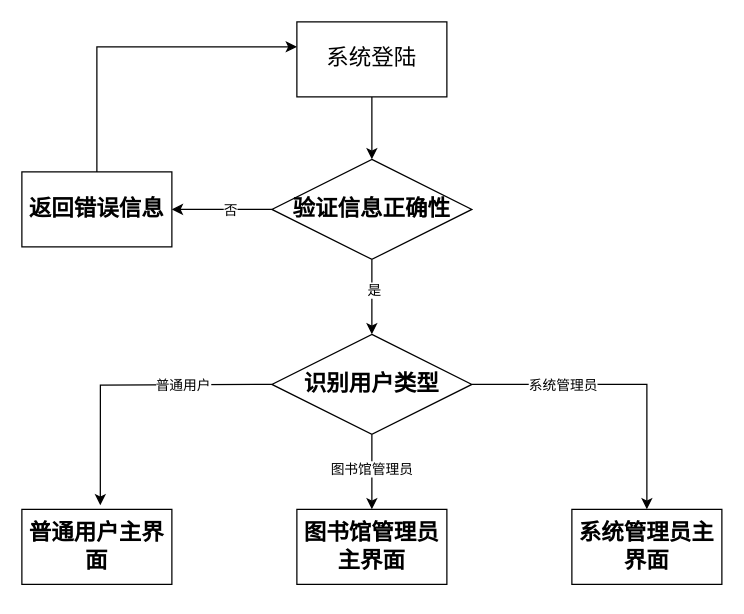
Before: Drawio/系统登陆流程图.drawio in Buzz2G/Diagrams, a draw.io diagram. Source tidied: cells renumbered, new cells numbered last; positions are measured from the earlier drawing's top-left corner, leaving out a move shared by most shapes. Both pictures are drawn from the tidied source at 125%, with x=0, y=0 at pixel (21, 21).
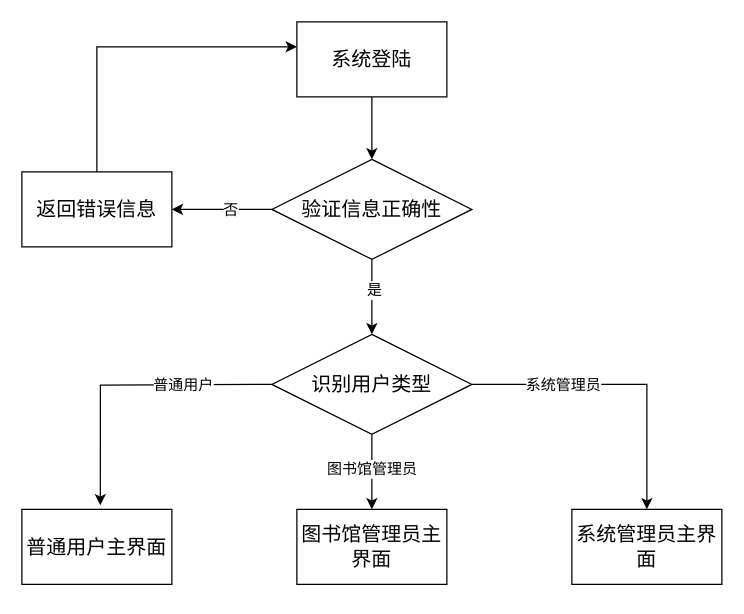
The same diagram, later.

Change to the diagram source:
```diff
@@
-    <mxCell id="2" style="edgeStyle=orthogonalEdgeStyle;rounded=0;jettySize=auto;html=1;fontStyle=0;" parent="1" edge="1" source="3" target="9">
+    <mxCell id="2" style="edgeStyle=orthogonalEdgeStyle;rounded=0;jettySize=auto;html=1;fontSize=14;fontFamily=Times New Roman;" parent="1" edge="1" source="3" target="9">
       <mxGeometry relative="1" as="geometry" />
     </mxCell>
-    <mxCell id="3" value="&lt;pre style=&quot;font-size: 18px;&quot;&gt;系统登陆&lt;/pre&gt;" style="rounded=0;whiteSpace=wrap;html=1;fontFamily=Times New Roman;fontSize=18;fontStyle=0;" parent="1" vertex="1">
+    <mxCell id="3" value="系统登陆" style="rounded=0;whiteSpace=wrap;html=1;fontSize=16;fontFamily=Times New Roman;" parent="1" vertex="1">
       <mxGeometry x="220" width="120" height="60" as="geometry" />
     </mxCell>
-    <mxCell id="4" value="&lt;h2 style=&quot;font-size: 18px;&quot;&gt;返回错误信息&lt;/h2&gt;" style="rounded=0;whiteSpace=wrap;html=1;fontFamily=Times New Roman;fontSize=18;fontStyle=0;" parent="1" vertex="1">
+    <mxCell id="4" value="返回错误信息" style="rounded=0;whiteSpace=wrap;html=1;fontSize=16;fontFamily=Times New Roman;" parent="1" vertex="1">
       <mxGeometry y="120" width="120" height="60" as="geometry" />
     </mxCell>
-    <mxCell id="5" style="edgeStyle=orthogonalEdgeStyle;rounded=0;jettySize=auto;html=1;fontStyle=0;" parent="1" edge="1" source="9" target="16">
+    <mxCell id="5" style="edgeStyle=orthogonalEdgeStyle;rounded=0;jettySize=auto;html=1;fontSize=14;fontFamily=Times New Roman;" parent="1" edge="1" source="9" target="16">
       <mxGeometry relative="1" as="geometry" />
     </mxCell>
-    <mxCell id="6" value="是" style="edgeLabel;html=1;align=center;verticalAlign=middle;fontStyle=0;" parent="5" vertex="1">
+    <mxCell id="6" value="是" style="edgeLabel;html=1;align=center;verticalAlign=middle;fontSize=12;fontFamily=Times New Roman;" parent="5" vertex="1">
       <mxGeometry x="-0.21" y="1" relative="1" as="geometry" />
     </mxCell>
-    <mxCell id="7" style="edgeStyle=orthogonalEdgeStyle;rounded=0;jettySize=auto;html=1;fontStyle=0;" parent="1" edge="1" source="9" target="4">
+    <mxCell id="7" style="edgeStyle=orthogonalEdgeStyle;rounded=0;jettySize=auto;html=1;fontSize=14;fontFamily=Times New Roman;" parent="1" edge="1" source="9" target="4">
       <mxGeometry relative="1" as="geometry" />
     </mxCell>
-    <mxCell id="8" value="否" style="edgeLabel;html=1;align=center;verticalAlign=middle;fontStyle=0;" parent="7" vertex="1">
+    <mxCell id="8" value="否" style="edgeLabel;html=1;align=center;verticalAlign=middle;fontSize=12;fontFamily=Times New Roman;" parent="7" vertex="1">
       <mxGeometry x="-0.15" relative="1" as="geometry" />
     </mxCell>
-    <mxCell id="9" value="&lt;h2 style=&quot;font-size: 18px;&quot;&gt;验证信息正确性&lt;/h2&gt;" style="rhombus;whiteSpace=wrap;html=1;fontFamily=Times New Roman;fontSize=18;fontStyle=0;" parent="1" vertex="1">
+    <mxCell id="9" value="验证信息正确性" style="rhombus;whiteSpace=wrap;html=1;fontSize=16;fontFamily=Times New Roman;" parent="1" vertex="1">
       <mxGeometry x="200" y="110" width="160" height="80" as="geometry" />
     </mxCell>
-    <mxCell id="10" style="edgeStyle=orthogonalEdgeStyle;rounded=0;jettySize=auto;html=1;fontStyle=0;" parent="1" edge="1" source="16" target="18">
+    <mxCell id="10" style="edgeStyle=orthogonalEdgeStyle;rounded=0;jettySize=auto;html=1;fontSize=14;fontFamily=Times New Roman;" parent="1" edge="1" source="16" target="18">
       <mxGeometry relative="1" as="geometry" />
     </mxCell>
-    <mxCell id="11" value="图书馆管理员" style="edgeLabel;html=1;align=center;verticalAlign=middle;fontStyle=0;" parent="10" vertex="1">
+    <mxCell id="11" value="图书馆管理员" style="edgeLabel;html=1;align=center;verticalAlign=middle;fontSize=12;fontFamily=Times New Roman;" parent="10" vertex="1">
       <mxGeometry x="-0.1" y="-1" relative="1" as="geometry" />
     </mxCell>
-    <mxCell id="12" style="edgeStyle=orthogonalEdgeStyle;rounded=0;jettySize=auto;html=1;exitX=0.5;exitY=1;exitDx=0;exitDy=0;entryX=0.523;entryY=-0.055;entryDx=0;entryDy=0;entryPerimeter=0;fontStyle=0;" parent="1" edge="1" target="17">
+    <mxCell id="12" style="edgeStyle=orthogonalEdgeStyle;rounded=0;jettySize=auto;html=1;exitX=0.5;exitY=1;exitDx=0;exitDy=0;entryX=0.523;entryY=-0.055;entryDx=0;entryDy=0;entryPerimeter=0;fontSize=14;fontFamily=Times New Roman;" parent="1" edge="1" target="17">
       <mxGeometry relative="1" as="geometry">
         <mxPoint x="200" y="290" as="sourcePoint" />
       </mxGeometry>
     </mxCell>
-    <mxCell id="13" value="普通用户" style="edgeLabel;html=1;align=center;verticalAlign=middle;fontStyle=0;" parent="12" vertex="1">
+    <mxCell id="13" value="普通用户" style="edgeLabel;html=1;align=center;verticalAlign=middle;fontSize=12;fontFamily=Times New Roman;" parent="12" vertex="1">
       <mxGeometry x="-0.38" relative="1" as="geometry" />
     </mxCell>
-    <mxCell id="14" style="edgeStyle=orthogonalEdgeStyle;rounded=0;jettySize=auto;html=1;exitX=1;exitY=0.5;exitDx=0;exitDy=0;fontStyle=0;" parent="1" edge="1" source="16" target="19">
+    <mxCell id="14" style="edgeStyle=orthogonalEdgeStyle;rounded=0;jettySize=auto;html=1;exitX=1;exitY=0.5;exitDx=0;exitDy=0;fontSize=14;fontFamily=Times New Roman;" parent="1" edge="1" source="16" target="19">
       <mxGeometry relative="1" as="geometry" />
     </mxCell>
-    <mxCell id="15" value="系统管理员" style="edgeLabel;html=1;align=center;verticalAlign=middle;fontStyle=0;" parent="14" vertex="1">
+    <mxCell id="15" value="系统管理员" style="edgeLabel;html=1;align=center;verticalAlign=middle;fontSize=12;fontFamily=Times New Roman;" parent="14" vertex="1">
       <mxGeometry x="-0.4" relative="1" as="geometry" />
     </mxCell>
-    <mxCell id="16" value="&lt;h2 style=&quot;font-size: 18px;&quot;&gt;识别用户类型&lt;/h2&gt;" style="rhombus;whiteSpace=wrap;html=1;fontFamily=Times New Roman;fontSize=18;fontStyle=0;" parent="1" vertex="1">
+    <mxCell id="16" value="识别用户类型" style="rhombus;whiteSpace=wrap;html=1;fontSize=16;fontFamily=Times New Roman;" parent="1" vertex="1">
       <mxGeometry x="200" y="250" width="160" height="80" as="geometry" />
     </mxCell>
-    <mxCell id="17" value="&lt;h2 style=&quot;font-size: 18px;&quot;&gt;普通用户主界面&lt;/h2&gt;" style="whiteSpace=wrap;html=1;fontFamily=Times New Roman;fontSize=18;fontStyle=0;" parent="1" vertex="1">
+    <mxCell id="17" value="普通用户主界面" style="whiteSpace=wrap;html=1;fontSize=16;fontFamily=Times New Roman;" parent="1" vertex="1">
       <mxGeometry y="390" width="120" height="60" as="geometry" />
     </mxCell>
-    <mxCell id="18" value="&lt;h2 style=&quot;font-size: 18px;&quot;&gt;图书馆管理员主界面&lt;/h2&gt;" style="whiteSpace=wrap;html=1;fontFamily=Times New Roman;fontSize=18;fontStyle=0;" parent="1" vertex="1">
+    <mxCell id="18" value="图书馆管理员主界面" style="whiteSpace=wrap;html=1;fontSize=16;fontFamily=Times New Roman;" parent="1" vertex="1">
       <mxGeometry x="220" y="390" width="120" height="60" as="geometry" />
     </mxCell>
-    <mxCell id="19" value="&lt;h2 style=&quot;font-size: 18px;&quot;&gt;系统管理员主界面&lt;/h2&gt;" style="whiteSpace=wrap;html=1;fontFamily=Times New Roman;fontSize=18;fontStyle=0;" parent="1" vertex="1">
+    <mxCell id="19" value="系统管理员主界面" style="whiteSpace=wrap;html=1;fontSize=16;fontFamily=Times New Roman;" parent="1" vertex="1">
       <mxGeometry x="440" y="390" width="120" height="60" as="geometry" />
     </mxCell>
-    <mxCell id="20" style="edgeStyle=orthogonalEdgeStyle;rounded=0;jettySize=auto;html=1;entryX=0;entryY=0.333;entryDx=0;entryDy=0;entryPerimeter=0;exitX=0.5;exitY=0;exitDx=0;exitDy=0;fontStyle=0;" parent="1" edge="1" source="4" target="3">
+    <mxCell id="20" style="edgeStyle=orthogonalEdgeStyle;rounded=0;jettySize=auto;html=1;entryX=0;entryY=0.333;entryDx=0;entryDy=0;entryPerimeter=0;exitX=0.5;exitY=0;exitDx=0;exitDy=0;fontSize=14;fontFamily=Times New Roman;" parent="1" edge="1" source="4" target="3">
       <mxGeometry relative="1" as="geometry" />
     </mxCell>
```
